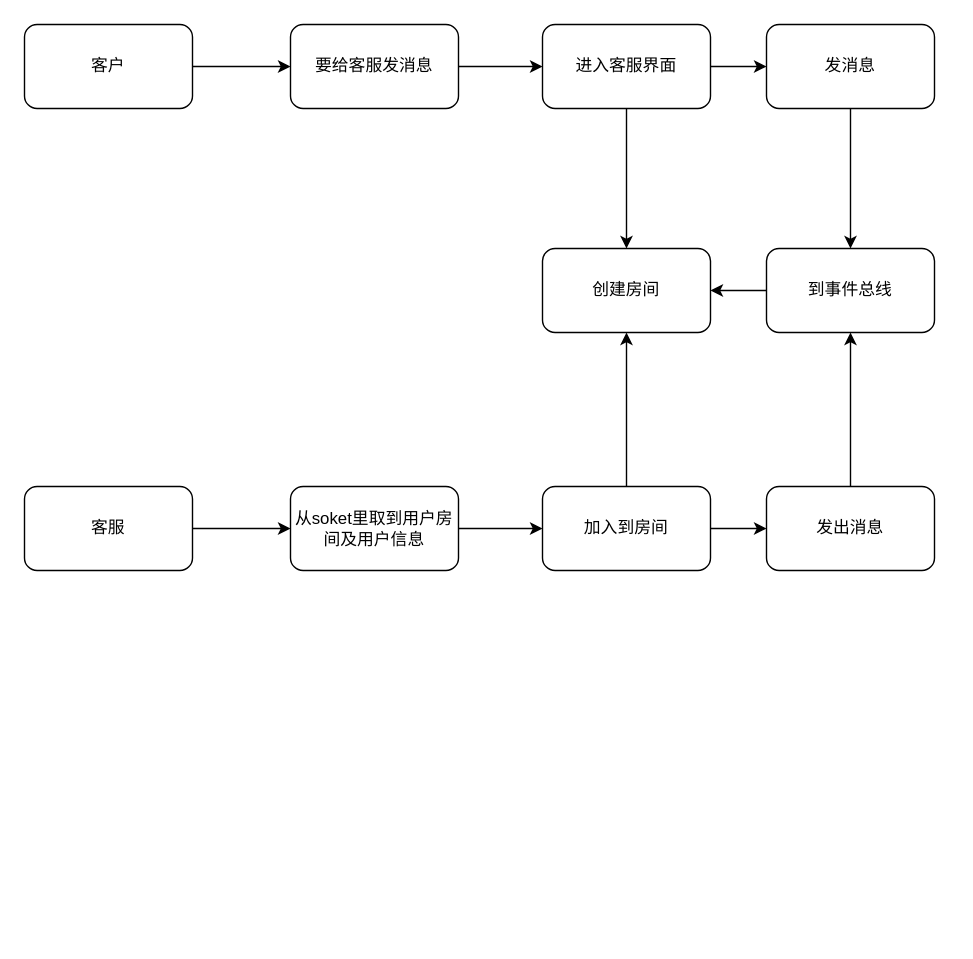
Before: Untitled Diagram.drawio in Raox1ngj1ng/mydraw, a draw.io diagram. Source tidied: cells renumbered, new cells numbered last; positions are measured from the earlier drawing's top-left corner, leaving out a move shared by most shapes. Both pictures are drawn from the tidied source at 140%, with x=0, y=0 at pixel (24, 24).
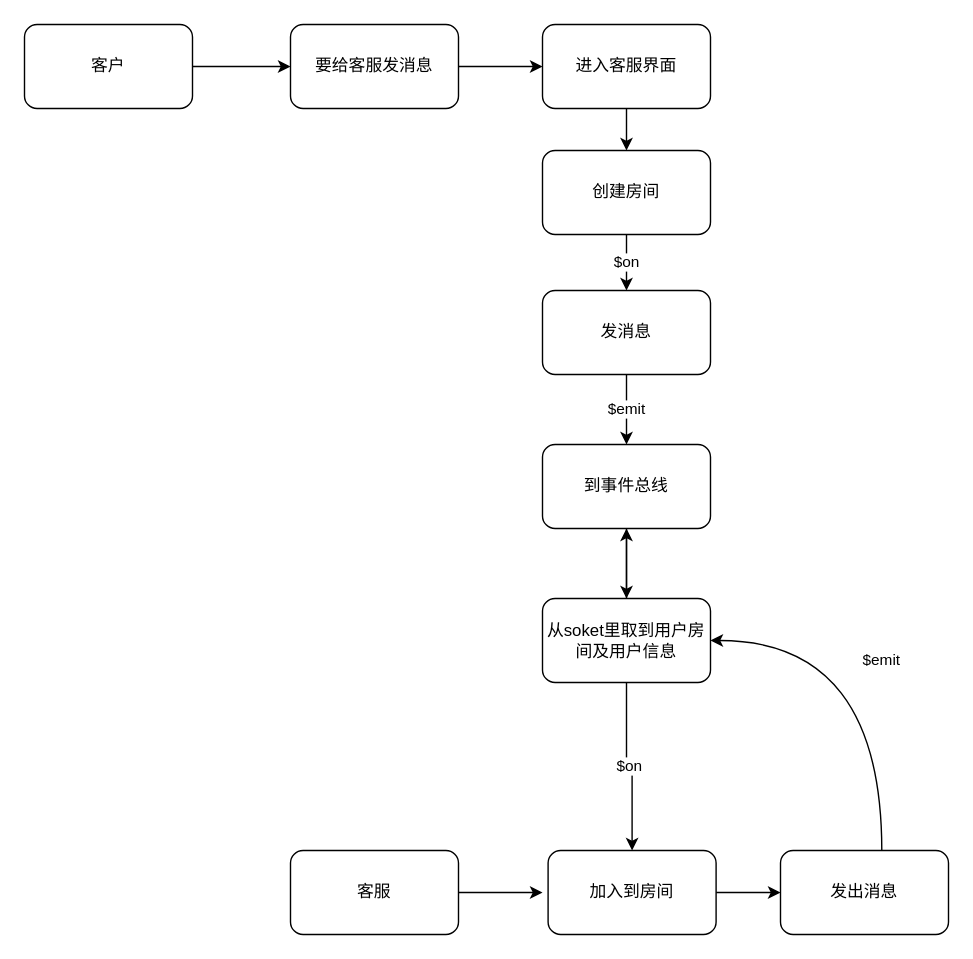
Above is the later version.

Unchanged cells that the change refers to:
```xml
<mxCell id="10" value="进入客服界面" style="rounded=1;whiteSpace=wrap;html=1;" parent="1" vertex="1">
  <mxGeometry x="370" width="120" height="60" as="geometry" />
</mxCell>
```

The edit, as a diff of the source:
```diff
@@
-    <mxCell id="4" style="edgeStyle=orthogonalEdgeStyle;rounded=0;jettySize=auto;html=1;" parent="1" edge="1" source="5" target="17">
-      <mxGeometry relative="1" as="geometry" />
-    </mxCell>
+    <mxCell id="23" style="edgeStyle=orthogonalEdgeStyle;rounded=0;jettySize=auto;html=1;" parent="1" edge="1" source="5">
+      <mxGeometry relative="1" as="geometry">
+        <mxPoint x="370" y="620" as="targetPoint" />
+      </mxGeometry>
+    </mxCell>
     <mxCell id="5" value="客服" style="rounded=1;whiteSpace=wrap;html=1;" parent="1" vertex="1">
-      <mxGeometry y="330" width="120" height="60" as="geometry" />
+      <mxGeometry x="190" y="590" width="120" height="60" as="geometry" />
     </mxCell>
@@
-    <mxCell id="8" style="edgeStyle=orthogonalEdgeStyle;rounded=0;jettySize=auto;html=1;" parent="1" edge="1" source="10" target="12">
-      <mxGeometry relative="1" as="geometry" />
-    </mxCell>
-    <mxCell id="9" style="edgeStyle=orthogonalEdgeStyle;rounded=0;jettySize=auto;html=1;" parent="1" edge="1" source="10" target="13">
+    <mxCell id="9" style="edgeStyle=orthogonalEdgeStyle;curved=1;rounded=0;jettySize=auto;html=1;exitX=0.5;exitY=1;exitDx=0;exitDy=0;" parent="1" edge="1" source="10" target="13">
       <mxGeometry relative="1" as="geometry" />
     </mxCell>
@@
-    <mxCell id="11" style="edgeStyle=orthogonalEdgeStyle;rounded=0;jettySize=auto;html=1;" parent="1" edge="1" source="12" target="15">
+    <mxCell id="11" value="$emit" style="edgeStyle=orthogonalEdgeStyle;rounded=0;jettySize=auto;html=1;entryX=0.5;entryY=0;entryDx=0;entryDy=0;" parent="1" edge="1" source="12" target="15">
       <mxGeometry relative="1" as="geometry" />
     </mxCell>
     <mxCell id="12" value="发消息" style="rounded=1;whiteSpace=wrap;html=1;" parent="1" vertex="1">
-      <mxGeometry x="530" width="120" height="60" as="geometry" />
+      <mxGeometry x="370" y="190" width="120" height="60" as="geometry" />
     </mxCell>
+    <mxCell id="24" value="$on" style="edgeStyle=orthogonalEdgeStyle;rounded=0;jettySize=auto;html=1;" parent="1" edge="1" source="13" target="12">
+      <mxGeometry relative="1" as="geometry" />
+    </mxCell>
     <mxCell id="13" value="创建房间" style="rounded=1;whiteSpace=wrap;html=1;" parent="1" vertex="1">
-      <mxGeometry x="370" y="160" width="120" height="60" as="geometry" />
+      <mxGeometry x="370" y="90" width="120" height="60" as="geometry" />
     </mxCell>
-    <mxCell id="14" style="edgeStyle=orthogonalEdgeStyle;rounded=0;jettySize=auto;html=1;exitX=0;exitY=0.5;exitDx=0;exitDy=0;entryX=1;entryY=0.5;entryDx=0;entryDy=0;" parent="1" edge="1" source="15" target="13">
-      <mxGeometry relative="1" as="geometry" />
-    </mxCell>
+    <mxCell id="25" style="edgeStyle=orthogonalEdgeStyle;rounded=0;jettySize=auto;html=1;entryX=0.5;entryY=0;entryDx=0;entryDy=0;curved=1;" parent="1" edge="1" source="15" target="17">
+      <mxGeometry relative="1" as="geometry" />
+    </mxCell>
     <mxCell id="15" value="到事件总线" style="rounded=1;whiteSpace=wrap;html=1;" parent="1" vertex="1">
-      <mxGeometry x="530" y="160" width="120" height="60" as="geometry" />
+      <mxGeometry x="370" y="300" width="120" height="60" as="geometry" />
     </mxCell>
-    <mxCell id="16" style="edgeStyle=orthogonalEdgeStyle;rounded=0;jettySize=auto;html=1;entryX=0;entryY=0.5;entryDx=0;entryDy=0;" parent="1" edge="1" source="17" target="20">
+    <mxCell id="16" value="$on" style="edgeStyle=orthogonalEdgeStyle;rounded=0;jettySize=auto;html=1;exitX=0.5;exitY=1;exitDx=0;exitDy=0;entryX=0.5;entryY=0;entryDx=0;entryDy=0;" parent="1" edge="1" source="17" target="20">
       <mxGeometry relative="1" as="geometry" />
     </mxCell>
+    <mxCell id="26" style="edgeStyle=orthogonalEdgeStyle;curved=1;rounded=0;jettySize=auto;html=1;" parent="1" edge="1" source="17" target="15">
+      <mxGeometry relative="1" as="geometry" />
+    </mxCell>
     <mxCell id="17" value="从soket里取到用户房间及用户信息" style="rounded=1;whiteSpace=wrap;html=1;" parent="1" vertex="1">
-      <mxGeometry x="190" y="330" width="120" height="60" as="geometry" />
+      <mxGeometry x="370" y="410" width="120" height="60" as="geometry" />
     </mxCell>
@@
-    <mxCell id="19" style="edgeStyle=orthogonalEdgeStyle;rounded=0;jettySize=auto;html=1;entryX=0.5;entryY=1;entryDx=0;entryDy=0;" parent="1" edge="1" source="20" target="13">
-      <mxGeometry relative="1" as="geometry" />
-    </mxCell>
     <mxCell id="20" value="加入到房间" style="rounded=1;whiteSpace=wrap;html=1;" parent="1" vertex="1">
-      <mxGeometry x="370" y="330" width="120" height="60" as="geometry" />
+      <mxGeometry x="374" y="590" width="120" height="60" as="geometry" />
     </mxCell>
-    <mxCell id="21" style="edgeStyle=orthogonalEdgeStyle;rounded=0;jettySize=auto;html=1;" parent="1" edge="1" source="22" target="15">
-      <mxGeometry relative="1" as="geometry" />
-    </mxCell>
+    <mxCell id="27" value="$emit" style="edgeStyle=orthogonalEdgeStyle;curved=1;rounded=0;jettySize=auto;html=1;entryX=1;entryY=0.5;entryDx=0;entryDy=0;exitX=0.603;exitY=0.005;exitDx=0;exitDy=0;exitPerimeter=0;" parent="1" edge="1" source="22" target="17">
+      <mxGeometry relative="1" as="geometry" />
+    </mxCell>
     <mxCell id="22" value="发出消息" style="rounded=1;whiteSpace=wrap;html=1;" parent="1" vertex="1">
-      <mxGeometry x="530" y="330" width="120" height="60" as="geometry" />
+      <mxGeometry x="540" y="590" width="120" height="60" as="geometry" />
     </mxCell>
```
